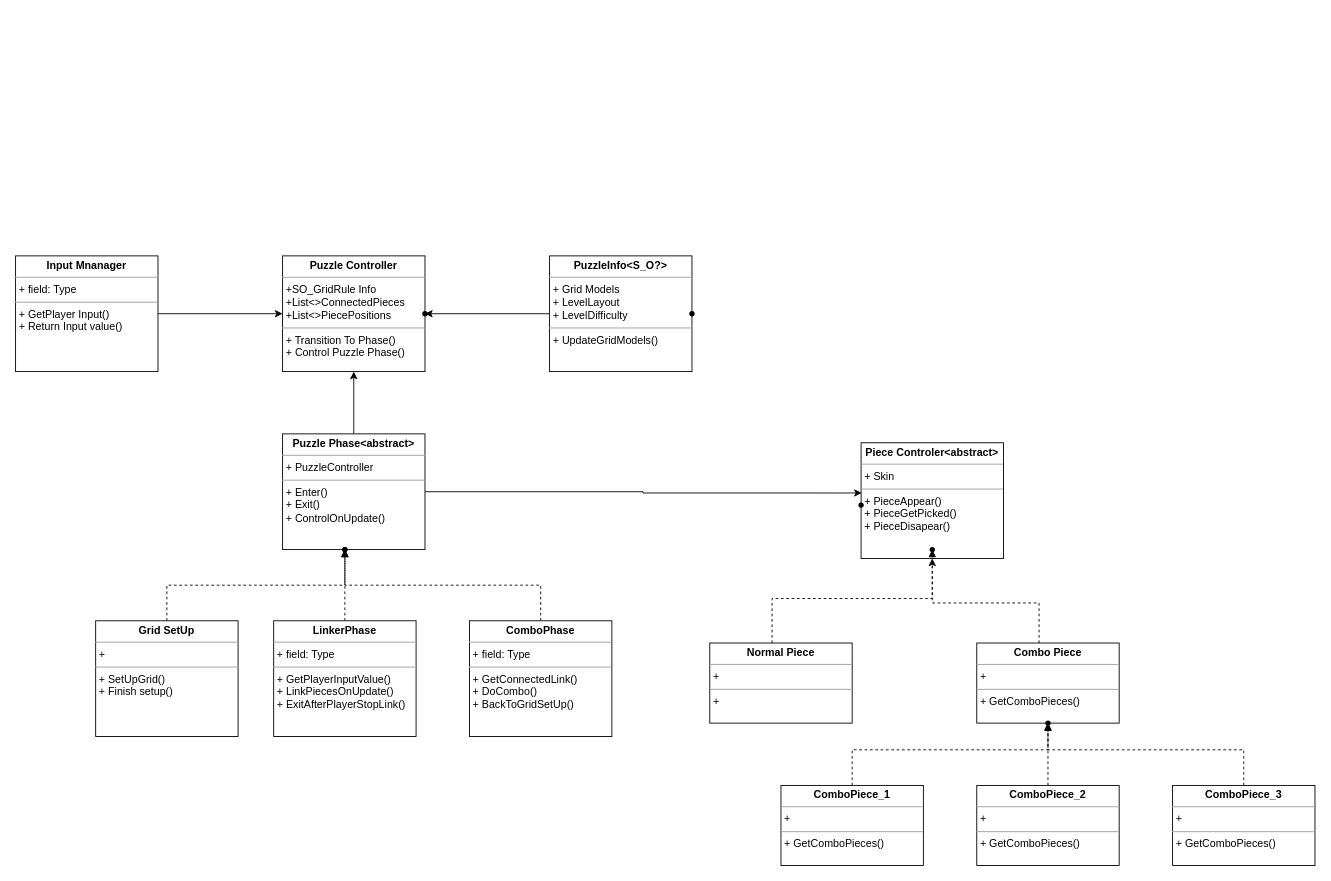
This is Car_Puzzle_Chart.drawio from tranduy1995/CodeChart, a draw.io file, before an edit. Source tidied: cells renumbered, new cells numbered last; positions are measured from the earlier drawing's top-left corner, leaving out a move shared by most shapes. Both pictures are drawn from the tidied source at 89%, with x=0, y=0 at pixel (15, 255).
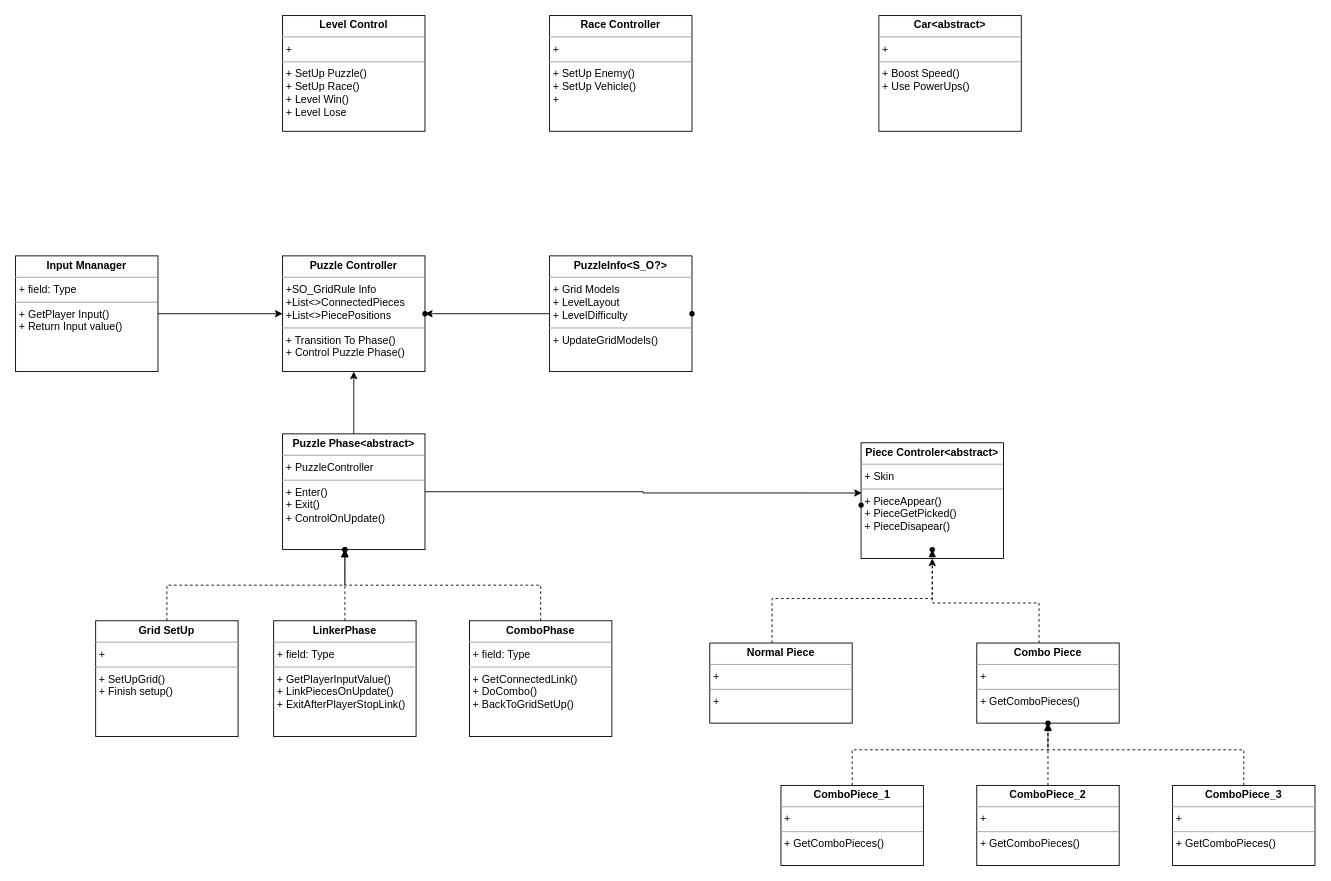
Above is the later version.

Diff of the diagram source:
```diff
@@
+    <mxCell id="34" value="&lt;p style=&quot;margin:0px;margin-top:4px;text-align:center;&quot;&gt;&lt;b&gt;Level Control&lt;/b&gt;&lt;/p&gt;&lt;hr size=&quot;1&quot;&gt;&lt;p style=&quot;margin:0px;margin-left:4px;&quot;&gt;+&lt;br&gt;&lt;/p&gt;&lt;hr size=&quot;1&quot;&gt;&lt;p style=&quot;margin:0px;margin-left:4px;&quot;&gt;+ SetUp Puzzle()&lt;/p&gt;&lt;p style=&quot;margin:0px;margin-left:4px;&quot;&gt;+ SetUp Race()&lt;/p&gt;&lt;p style=&quot;margin:0px;margin-left:4px;&quot;&gt;+ Level Win()&lt;/p&gt;&lt;p style=&quot;margin:0px;margin-left:4px;&quot;&gt;+ Level Lose&lt;/p&gt;&lt;p style=&quot;margin:0px;margin-left:4px;&quot;&gt;&lt;br&gt;&lt;/p&gt;&lt;p style=&quot;margin:0px;margin-left:4px;&quot;&gt;&lt;br&gt;&lt;/p&gt;" style="verticalAlign=top;align=left;overflow=fill;fontSize=12;fontFamily=Helvetica;html=1;whiteSpace=wrap;" parent="1" vertex="1">
+      <mxGeometry x="300" y="-270" width="160" height="130" as="geometry" />
+    </mxCell>
+    <mxCell id="35" value="&lt;p style=&quot;margin:0px;margin-top:4px;text-align:center;&quot;&gt;&lt;b&gt;Race Controller&lt;/b&gt;&lt;/p&gt;&lt;hr size=&quot;1&quot;&gt;&lt;p style=&quot;margin:0px;margin-left:4px;&quot;&gt;+&lt;br&gt;&lt;/p&gt;&lt;hr size=&quot;1&quot;&gt;&lt;p style=&quot;margin:0px;margin-left:4px;&quot;&gt;+ SetUp Enemy()&lt;/p&gt;&lt;p style=&quot;margin:0px;margin-left:4px;&quot;&gt;+ SetUp Vehicle()&lt;/p&gt;&lt;p style=&quot;margin:0px;margin-left:4px;&quot;&gt;+&amp;nbsp;&lt;/p&gt;&lt;p style=&quot;margin:0px;margin-left:4px;&quot;&gt;&lt;br&gt;&lt;/p&gt;&lt;p style=&quot;margin:0px;margin-left:4px;&quot;&gt;&lt;br&gt;&lt;/p&gt;" style="verticalAlign=top;align=left;overflow=fill;fontSize=12;fontFamily=Helvetica;html=1;whiteSpace=wrap;" parent="1" vertex="1">
+      <mxGeometry x="600" y="-270" width="160" height="130" as="geometry" />
+    </mxCell>
+    <mxCell id="36" value="&lt;p style=&quot;margin:0px;margin-top:4px;text-align:center;&quot;&gt;&lt;b&gt;Car&amp;lt;abstract&amp;gt;&lt;/b&gt;&lt;/p&gt;&lt;hr size=&quot;1&quot;&gt;&lt;p style=&quot;margin:0px;margin-left:4px;&quot;&gt;+&lt;br&gt;&lt;/p&gt;&lt;hr size=&quot;1&quot;&gt;&lt;p style=&quot;margin:0px;margin-left:4px;&quot;&gt;+ Boost Speed()&lt;/p&gt;&lt;p style=&quot;margin:0px;margin-left:4px;&quot;&gt;+ Use PowerUps()&lt;/p&gt;&lt;p style=&quot;margin:0px;margin-left:4px;&quot;&gt;&lt;br&gt;&lt;/p&gt;&lt;p style=&quot;margin:0px;margin-left:4px;&quot;&gt;&lt;br&gt;&lt;/p&gt;" style="verticalAlign=top;align=left;overflow=fill;fontSize=12;fontFamily=Helvetica;html=1;whiteSpace=wrap;" parent="1" vertex="1">
+      <mxGeometry x="970" y="-270" width="160" height="130" as="geometry" />
+    </mxCell>
```
